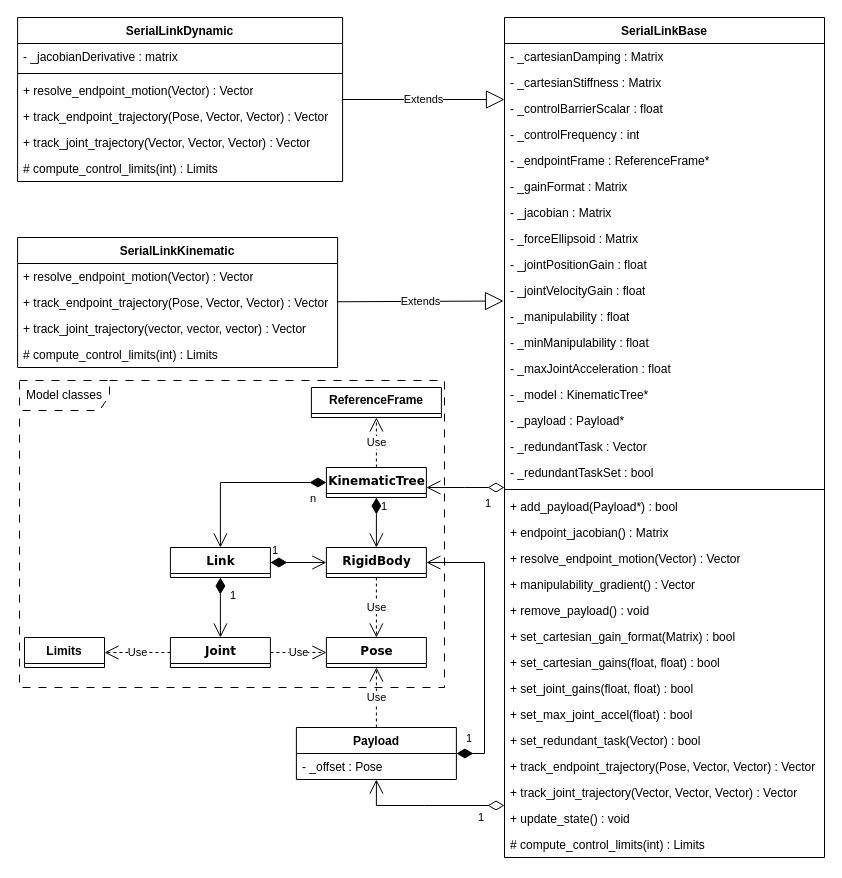
Woolfrey/software_robot_library keeps this draw.io diagram as Control/doc/ControlClassDiagrams.drawio. Above is the earlier version. Source tidied: cells renumbered, new cells numbered last; positions are measured from the earlier drawing's top-left corner, leaving out a move shared by most shapes. Both pictures are drawn from the tidied source at 100%, with x=0, y=0 at pixel (17, 17).
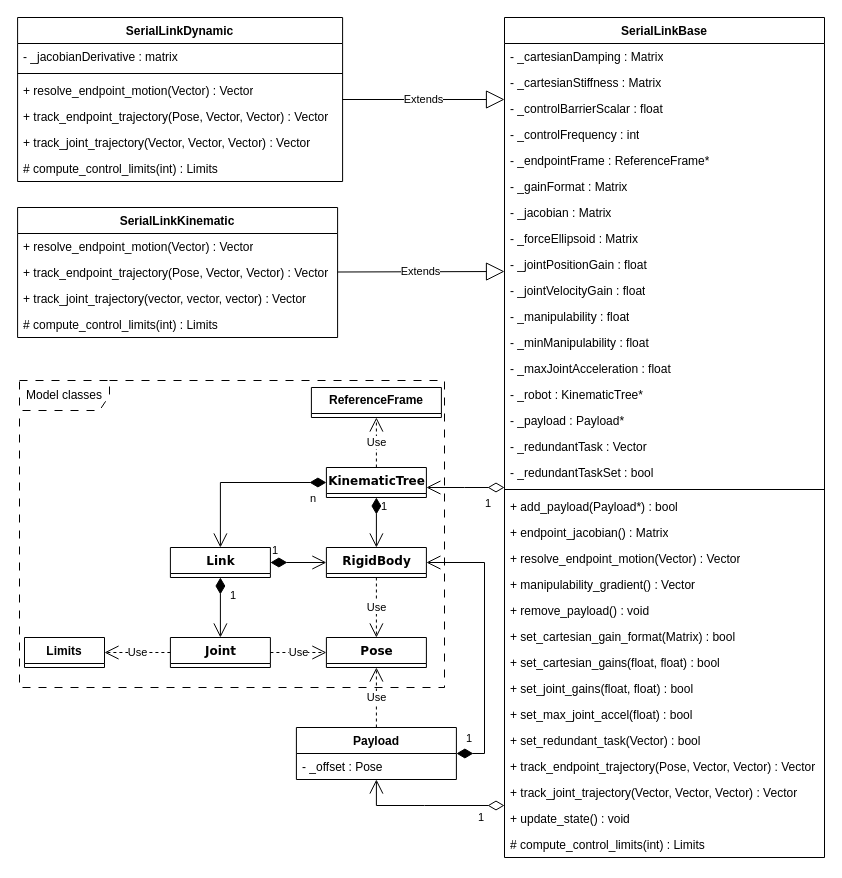
After the change.

Unchanged cells that the change refers to:
```xml
<mxCell id="2" value="SerialLinkBase" style="swimlane;fontStyle=1;align=center;verticalAlign=top;horizontal=1;startSize=26;whiteSpace=wrap;html=1;" parent="1" vertex="1">
  <mxGeometry x="487" width="320" height="840" as="geometry" />
</mxCell>
<mxCell id="11" value="- _jointPositionGain : float" style="text;strokeColor=none;fillColor=none;align=left;verticalAlign=top;spacingLeft=4;spacingRight=4;overflow=hidden;points=[[0,0.5],[1,0.5]];portConstraint=eastwest;whiteSpace=wrap;html=1;" parent="2" vertex="1">
  <mxGeometry y="234" width="320" height="26" as="geometry" />
</mxCell>
<mxCell id="12" value="- _jointVelocityGain : float" style="text;strokeColor=none;fillColor=none;align=left;verticalAlign=top;spacingLeft=4;spacingRight=4;overflow=hidden;points=[[0,0.5],[1,0.5]];portConstraint=eastwest;whiteSpace=wrap;html=1;" parent="2" vertex="1">
  <mxGeometry y="260" width="320" height="26" as="geometry" />
</mxCell>
```

Diff of the diagram source:
```diff
@@
-    <mxCell id="16" value="- _model : KinematicTree*" style="text;strokeColor=none;fillColor=none;align=left;verticalAlign=top;spacingLeft=4;spacingRight=4;overflow=hidden;whiteSpace=wrap;html=1;" parent="2" vertex="1">
+    <mxCell id="16" value="- _robot : KinematicTree*" style="text;strokeColor=none;fillColor=none;align=left;verticalAlign=top;spacingLeft=4;spacingRight=4;overflow=hidden;whiteSpace=wrap;html=1;" parent="2" vertex="1">
       <mxGeometry y="364" width="320" height="26" as="geometry" />
     </mxCell>
@@
     <mxCell id="35" value="SerialLinkKinematic" style="swimlane;fontStyle=1;align=center;verticalAlign=top;horizontal=1;startSize=26;whiteSpace=wrap;html=1;" parent="1" vertex="1">
-      <mxGeometry x="0.1" y="220" width="320" height="130" as="geometry" />
+      <mxGeometry x="0.1" y="190" width="320" height="130" as="geometry" />
     </mxCell>
@@
-    <mxCell id="47" value="Extends" style="endArrow=block;endSize=16;endFill=0;html=1;rounded=0;entryX=-0.003;entryY=0.904;entryDx=0;entryDy=0;entryPerimeter=0;" parent="1" edge="1" source="35" target="12">
+    <mxCell id="47" value="Extends" style="endArrow=block;endSize=16;endFill=0;html=1;rounded=0;entryX=0;entryY=0.769;entryDx=0;entryDy=0;entryPerimeter=0;" parent="1" edge="1" source="35" target="11">
       <mxGeometry relative="1" as="geometry" />
     </mxCell>
```
